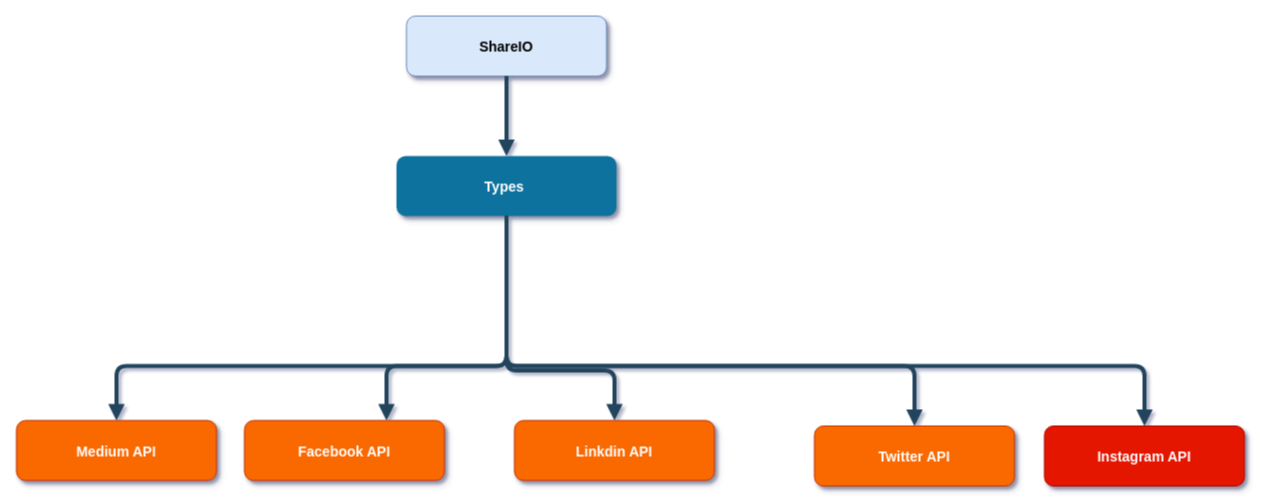
The draw.io diagram ShareIO.drawio in S-8506/codenaive, before the edit. Source tidied: cells renumbered, new cells numbered last; positions are measured from the earlier drawing's top-left corner, leaving out a move shared by most shapes. Both pictures are drawn from the tidied source at 100%, with x=0, y=0 at pixel (16, 16).
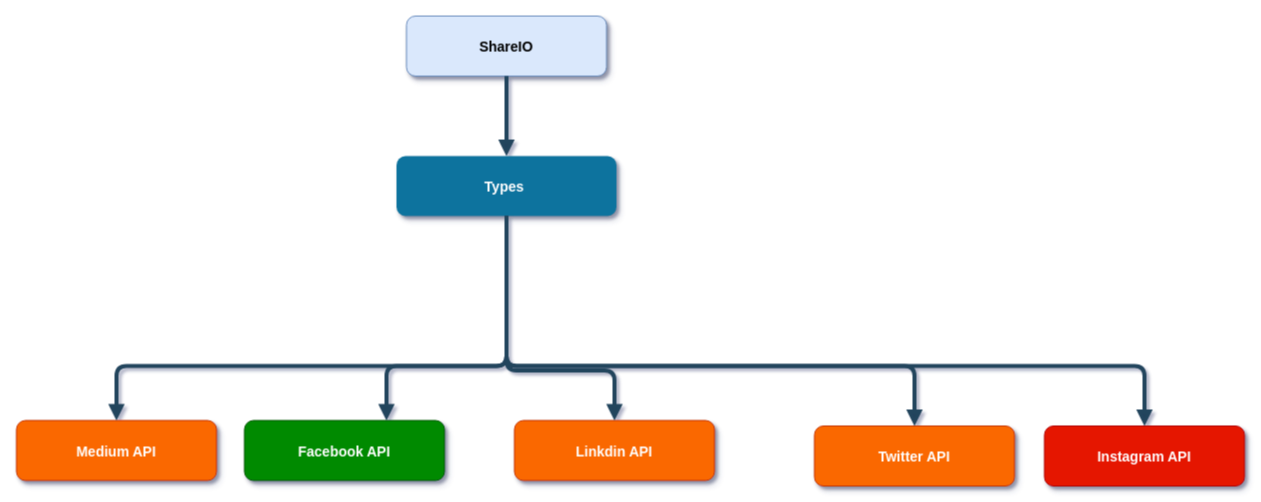
The same diagram, later.

Commit message:
Facebook Working ShareIO.drawio

Diff of the diagram source:
```diff
@@
-    <mxCell id="5" value="Facebook API" style="rounded=1;fillColor=#fa6800;strokeColor=#C73500;shadow=1;fontStyle=1;fontSize=14;fontColor=#ffffff;" parent="1" vertex="1">
+    <mxCell id="5" value="Facebook API" style="rounded=1;fillColor=#008a00;strokeColor=#005700;shadow=1;fontStyle=1;fontSize=14;fontColor=#ffffff;" parent="1" vertex="1">
       <mxGeometry x="228" y="404" width="200" height="60" as="geometry" />
     </mxCell>
```
